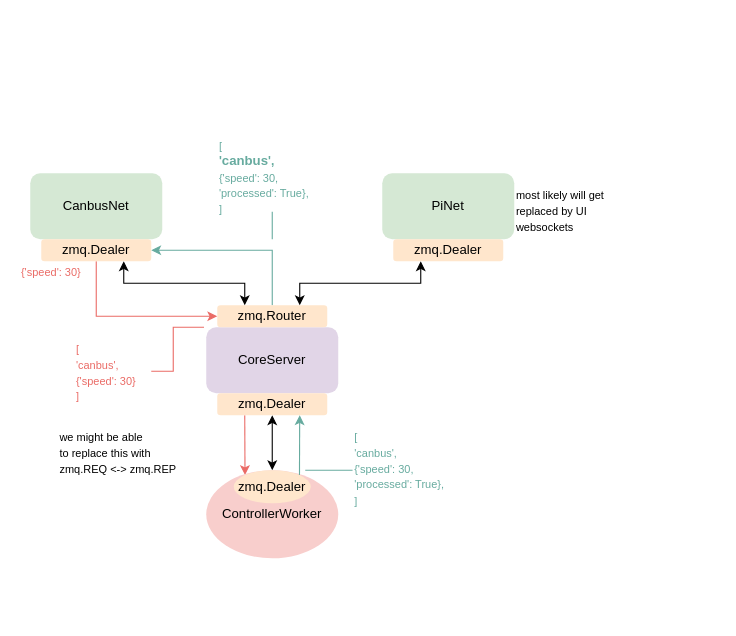
Before: architecture.drawio in relectric-car-team/systems, a draw.io diagram. Source tidied: cells renumbered, new cells numbered last; positions are measured from the earlier drawing's top-left corner, leaving out a move shared by most shapes. Both pictures are drawn from the tidied source at 110%, with x=0, y=0 at pixel (19, 134).
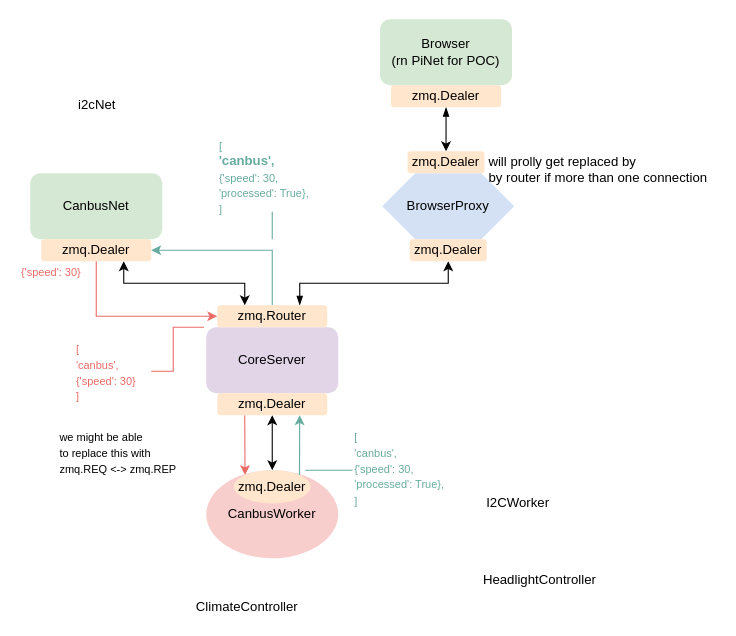
After the change.

Unchanged cells that the change refers to:
```xml
<mxCell id="6" value="zmq.Router" style="rounded=1;whiteSpace=wrap;html=1;fillColor=#ffe6cc;strokeColor=none;fontColor=#000000;" parent="1" vertex="1">
  <mxGeometry x="180" y="155" width="100" height="20" as="geometry" />
</mxCell>
```

Change to the diagram source:
```diff
@@
-    <mxCell id="4" value="PiNet" style="rounded=1;whiteSpace=wrap;html=1;fillColor=#d5e8d4;strokeColor=none;fontColor=#000000;" parent="1" vertex="1">
-      <mxGeometry x="330" y="35" width="120" height="60" as="geometry" />
+    <mxCell id="4" value="Browser&lt;br&gt;(rn PiNet for POC)" style="rounded=1;whiteSpace=wrap;html=1;fillColor=#d5e8d4;strokeColor=none;fontColor=#000000;" parent="1" vertex="1">
+      <mxGeometry x="328" y="-105" width="120" height="60" as="geometry" />
     </mxCell>
@@
+    <mxCell id="27" style="edgeStyle=orthogonalEdgeStyle;rounded=0;jettySize=auto;html=1;exitX=0.75;exitY=0;exitDx=0;exitDy=0;entryX=0.5;entryY=1;entryDx=0;entryDy=0;startArrow=blockThin;startFill=1;" parent="1" edge="1" source="6" target="30">
+      <mxGeometry relative="1" as="geometry" />
+    </mxCell>
@@
-    <mxCell id="13" style="edgeStyle=orthogonalEdgeStyle;rounded=0;jettySize=auto;html=1;exitX=0.25;exitY=1;exitDx=0;exitDy=0;entryX=0.75;entryY=0;entryDx=0;entryDy=0;startArrow=classic;startFill=1;strokeColor=#000000;" parent="1" edge="1" source="14" target="6">
-      <mxGeometry relative="1" as="geometry" />
-    </mxCell>
+    <mxCell id="28" style="edgeStyle=orthogonalEdgeStyle;rounded=0;jettySize=auto;html=1;exitX=0.5;exitY=1;exitDx=0;exitDy=0;entryX=0.5;entryY=0;entryDx=0;entryDy=0;startArrow=blockThin;startFill=1;" parent="1" edge="1" source="14" target="31">
+      <mxGeometry relative="1" as="geometry" />
+    </mxCell>
     <mxCell id="14" value="zmq.Dealer" style="rounded=1;whiteSpace=wrap;html=1;fillColor=#ffe6cc;strokeColor=none;fontColor=#000000;" parent="1" vertex="1">
-      <mxGeometry x="340" y="95" width="100" height="20" as="geometry" />
+      <mxGeometry x="338" y="-45" width="100" height="20" as="geometry" />
     </mxCell>
-    <mxCell id="15" value="ControllerWorker" style="ellipse;whiteSpace=wrap;html=1;fillColor=#f8cecc;strokeColor=none;fontColor=#000000;" parent="1" vertex="1">
+    <mxCell id="15" value="CanbusWorker" style="ellipse;whiteSpace=wrap;html=1;fillColor=#f8cecc;strokeColor=none;fontColor=#000000;" parent="1" vertex="1">
       <mxGeometry x="170" y="305" width="120" height="80" as="geometry" />
     </mxCell>
@@
-    <mxCell id="18" value="&lt;font style=&quot;font-size: 10px&quot;&gt;most likely will get&lt;br&gt;replaced by UI&lt;br&gt;websockets&lt;/font&gt;" style="text;html=1;align=left;verticalAlign=top;spacingTop=-4;fontColor=#000000;" parent="1" vertex="1">
-      <mxGeometry x="450" y="45" width="100" height="40" as="geometry" />
-    </mxCell>
@@
+    <mxCell id="29" value="BrowserProxy" style="shape=hexagon;perimeter=hexagonPerimeter2;whiteSpace=wrap;html=1;fillColor=#D4E1F5;strokeColor=none;" parent="1" vertex="1">
+      <mxGeometry x="330" y="35" width="120" height="60" as="geometry" />
+    </mxCell>
+    <mxCell id="30" value="zmq.Dealer" style="rounded=1;whiteSpace=wrap;html=1;fillColor=#ffe6cc;strokeColor=none;fontColor=#000000;" parent="1" vertex="1">
+      <mxGeometry x="355" y="95" width="70" height="20" as="geometry" />
+    </mxCell>
+    <mxCell id="31" value="zmq.Dealer" style="rounded=1;whiteSpace=wrap;html=1;fillColor=#ffe6cc;strokeColor=none;fontColor=#000000;" parent="1" vertex="1">
+      <mxGeometry x="353" y="15" width="70" height="20" as="geometry" />
+    </mxCell>
+    <mxCell id="32" value="will prolly get replaced by&lt;br&gt;by router if more than one connection" style="text;html=1;align=left;verticalAlign=top;spacingTop=-4;" parent="1" vertex="1">
+      <mxGeometry x="425" y="15" width="210" height="30" as="geometry" />
+    </mxCell>
+    <mxCell id="33" value="I2CWorker&lt;br&gt;" style="text;html=1;align=left;verticalAlign=top;spacingTop=-4;" parent="1" vertex="1">
+      <mxGeometry x="423" y="325" width="70" height="20" as="geometry" />
+    </mxCell>
+    <mxCell id="34" value="i2cNet&lt;br&gt;" style="text;html=1;align=left;verticalAlign=top;spacingTop=-4;" parent="1" vertex="1">
+      <mxGeometry x="52" y="-37" width="50" height="20" as="geometry" />
+    </mxCell>
+    <mxCell id="35" value="ClimateController" style="text;html=1;align=left;verticalAlign=top;spacingTop=-4;" parent="1" vertex="1">
+      <mxGeometry x="159" y="419" width="110" height="20" as="geometry" />
+    </mxCell>
+    <mxCell id="36" value="HeadlightController" style="text;html=1;align=left;verticalAlign=top;spacingTop=-4;" parent="1" vertex="1">
+      <mxGeometry x="420" y="395" width="120" height="20" as="geometry" />
+    </mxCell>
```
